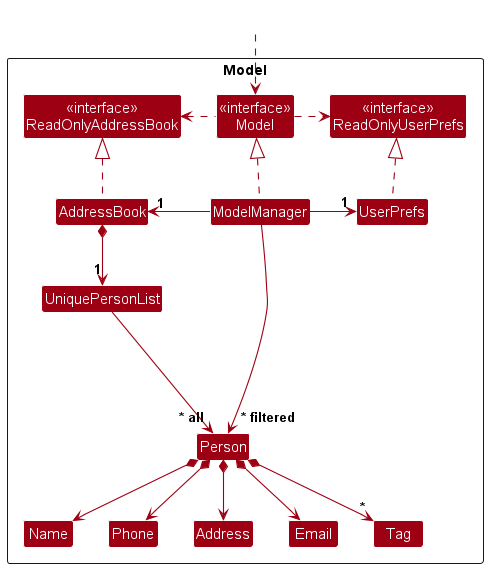
This is docs/images/ModelClassDiagram.png from nus-cs2103-AY2425S1/tp, a PlantUML export, as it was before one commit.
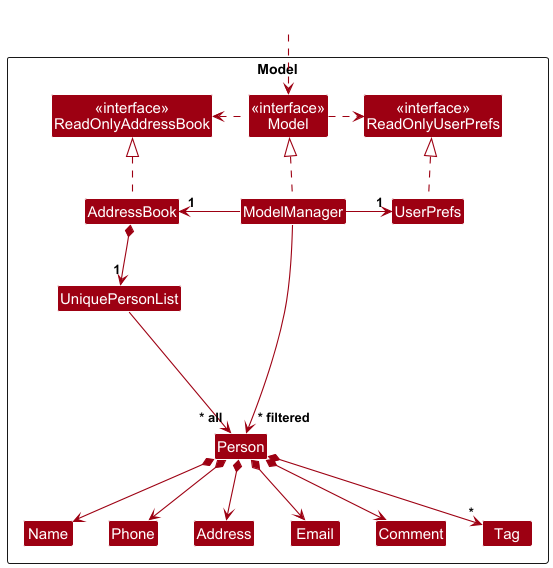
The same diagram one commit later.

Diff of the diagram source:
```diff
@@ -18,6 +18,7 @@
 Class Email
 Class Name
 Class Phone
+Class Comment
 Class Tag
 
 Class I #FFFFFF
@@ -41,6 +42,7 @@
 Person *--> Phone
 Person *--> Email
 Person *--> Address
+Person *--> Comment
 Person *--> "*" Tag
 
 Person -[hidden]up--> I
```
